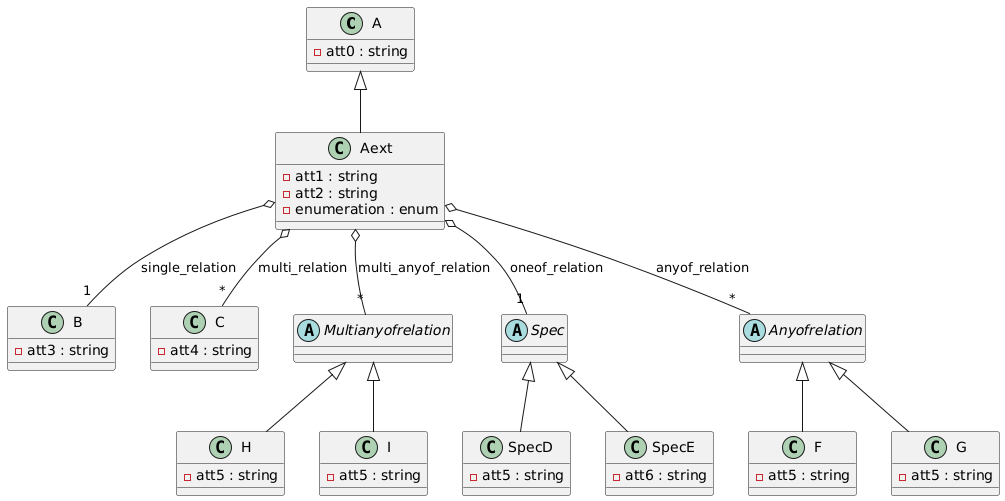
Before: diagram.png, a diagram exported from PlantUML (avzdk/openapi2uml).
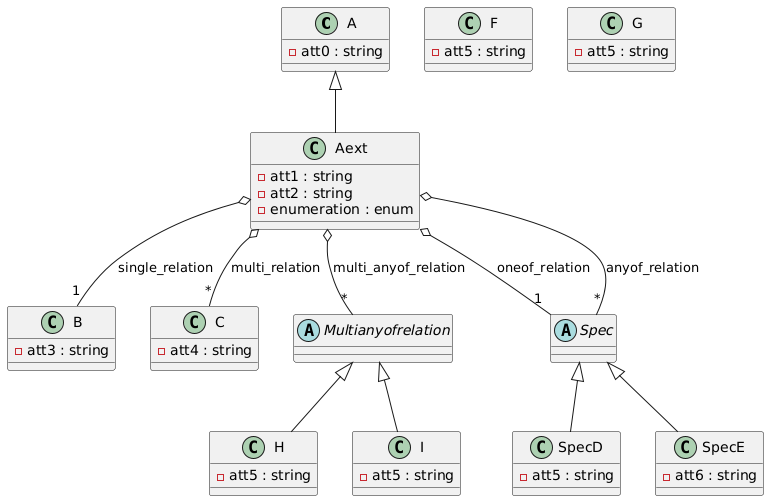
The same file after the commit.

What changed in the source:
```diff
@@ -35,8 +35,6 @@
 }
 abstract class Spec {
 }
-abstract class Anyofrelation {
-}
 Aext o-- "*" Multianyofrelation : multi_anyof_relation
 Multianyofrelation <|-- I
 Multianyofrelation <|-- H
@@ -45,8 +43,6 @@
 Aext o-- "1" Spec : oneof_relation
 Spec <|-- SpecD
 Spec <|-- SpecE
-Aext o-- "*" Anyofrelation : anyof_relation
-Anyofrelation <|-- F
-Anyofrelation <|-- G
+Aext o-- "*" Spec : anyof_relation
 A <|-- Aext
 @enduml
```
